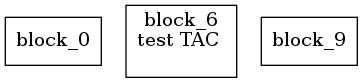
The Graphviz diagram assignment_3/ir.png in DahVoid/DV1655, before a commit. Its source is kept beside it as assignment_3/ir.dot.
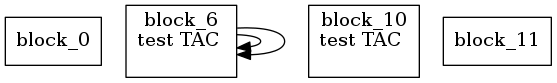
After the change.

Change to the diagram source:
```diff
@@ -5,5 +5,11 @@
 test TAC
 
 "];
-block_9 [label="block_9"];
+block_6 -> block_6;
+block_6 -> block_6;
+block_10 [label="block_10
+test TAC
+
+"];
+block_11 [label="block_11"];
 }
```
